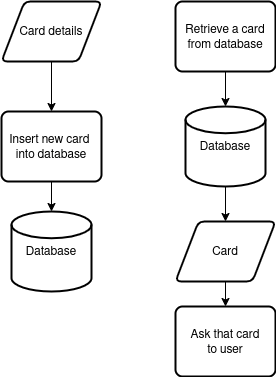
The draw.io diagram 4th-sem/project-1/proposal/diagrams/system-flow-chart.png in dinesh-58/college-files, before a commit. Source tidied: cells renumbered, new cells last; positions are measured from the earlier drawing's top-left corner, leaving out a move shared by most shapes. The source it was exported from:
```xml
<mxGraphModel>
  <root>
    <mxCell id="0" />
    <mxCell id="1" parent="0" />
    <mxCell id="2" style="edgeStyle=orthogonalEdgeStyle;rounded=0;jettySize=auto;html=1;entryX=0.5;entryY=0;entryDx=0;entryDy=0;" parent="1" edge="1" source="3" target="7">
      <mxGeometry relative="1" as="geometry" />
    </mxCell>
    <mxCell id="3" value="Card details" style="shape=parallelogram;html=1;strokeWidth=2;perimeter=parallelogramPerimeter;whiteSpace=wrap;rounded=1;arcSize=12;size=0.23;" parent="1" vertex="1">
      <mxGeometry width="100" height="60" as="geometry" />
    </mxCell>
    <mxCell id="4" style="edgeStyle=orthogonalEdgeStyle;rounded=0;jettySize=auto;html=1;" parent="1" edge="1" source="5" target="13">
      <mxGeometry relative="1" as="geometry" />
    </mxCell>
    <mxCell id="5" value="Card" style="shape=parallelogram;html=1;strokeWidth=2;perimeter=parallelogramPerimeter;whiteSpace=wrap;rounded=1;arcSize=12;size=0.23;" parent="1" vertex="1">
      <mxGeometry x="174" y="220" width="100" height="60" as="geometry" />
    </mxCell>
    <mxCell id="6" style="edgeStyle=orthogonalEdgeStyle;rounded=0;jettySize=auto;html=1;" parent="1" edge="1" source="7" target="8">
      <mxGeometry relative="1" as="geometry" />
    </mxCell>
    <mxCell id="7" value="Insert new card&amp;nbsp;&lt;br&gt;into database" style="rounded=1;whiteSpace=wrap;html=1;absoluteArcSize=1;arcSize=14;strokeWidth=2;" parent="1" vertex="1">
      <mxGeometry y="110" width="100" height="70" as="geometry" />
    </mxCell>
    <mxCell id="8" value="Database" style="strokeWidth=2;html=1;shape=mxgraph.flowchart.database;whiteSpace=wrap;" parent="1" vertex="1">
      <mxGeometry x="10" y="210" width="80" height="80" as="geometry" />
    </mxCell>
    <mxCell id="9" style="edgeStyle=orthogonalEdgeStyle;rounded=0;jettySize=auto;html=1;entryX=0.5;entryY=0;entryDx=0;entryDy=0;entryPerimeter=0;" parent="1" edge="1" source="10" target="12">
      <mxGeometry relative="1" as="geometry" />
    </mxCell>
    <mxCell id="10" value="Retrieve a card&lt;br&gt;from database" style="rounded=1;whiteSpace=wrap;html=1;absoluteArcSize=1;arcSize=14;strokeWidth=2;" parent="1" vertex="1">
      <mxGeometry x="174" width="100" height="70" as="geometry" />
    </mxCell>
    <mxCell id="11" style="edgeStyle=orthogonalEdgeStyle;rounded=0;jettySize=auto;html=1;" parent="1" edge="1" source="12" target="5">
      <mxGeometry relative="1" as="geometry" />
    </mxCell>
    <mxCell id="12" value="Database" style="strokeWidth=2;html=1;shape=mxgraph.flowchart.database;whiteSpace=wrap;" parent="1" vertex="1">
      <mxGeometry x="184" y="105" width="80" height="80" as="geometry" />
    </mxCell>
    <mxCell id="13" value="Ask that card&lt;br&gt;to user" style="rounded=1;whiteSpace=wrap;html=1;absoluteArcSize=1;arcSize=14;strokeWidth=2;" parent="1" vertex="1">
      <mxGeometry x="174" y="305" width="100" height="70" as="geometry" />
    </mxCell>
  </root>
</mxGraphModel>
```
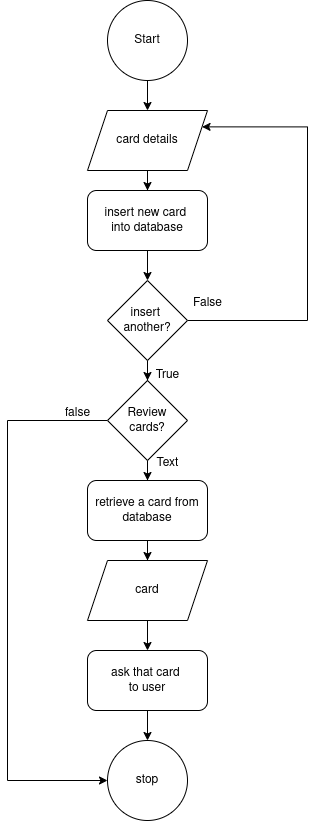
Later version of the same file.

What changed in the source:
```diff
@@ -1,42 +1,85 @@
 <mxGraphModel>
   <root>
-    <mxCell id="0" />
-    <mxCell id="1" parent="0" />
-    <mxCell id="2" style="edgeStyle=orthogonalEdgeStyle;rounded=0;jettySize=auto;html=1;entryX=0.5;entryY=0;entryDx=0;entryDy=0;" parent="1" edge="1" source="3" target="7">
-      <mxGeometry relative="1" as="geometry" />
-    </mxCell>
-    <mxCell id="3" value="Card details" style="shape=parallelogram;html=1;strokeWidth=2;perimeter=parallelogramPerimeter;whiteSpace=wrap;rounded=1;arcSize=12;size=0.23;" parent="1" vertex="1">
-      <mxGeometry width="100" height="60" as="geometry" />
-    </mxCell>
-    <mxCell id="4" style="edgeStyle=orthogonalEdgeStyle;rounded=0;jettySize=auto;html=1;" parent="1" edge="1" source="5" target="13">
-      <mxGeometry relative="1" as="geometry" />
-    </mxCell>
-    <mxCell id="5" value="Card" style="shape=parallelogram;html=1;strokeWidth=2;perimeter=parallelogramPerimeter;whiteSpace=wrap;rounded=1;arcSize=12;size=0.23;" parent="1" vertex="1">
-      <mxGeometry x="174" y="220" width="100" height="60" as="geometry" />
-    </mxCell>
-    <mxCell id="6" style="edgeStyle=orthogonalEdgeStyle;rounded=0;jettySize=auto;html=1;" parent="1" edge="1" source="7" target="8">
-      <mxGeometry relative="1" as="geometry" />
-    </mxCell>
-    <mxCell id="7" value="Insert new card&amp;nbsp;&lt;br&gt;into database" style="rounded=1;whiteSpace=wrap;html=1;absoluteArcSize=1;arcSize=14;strokeWidth=2;" parent="1" vertex="1">
-      <mxGeometry y="110" width="100" height="70" as="geometry" />
-    </mxCell>
-    <mxCell id="8" value="Database" style="strokeWidth=2;html=1;shape=mxgraph.flowchart.database;whiteSpace=wrap;" parent="1" vertex="1">
-      <mxGeometry x="10" y="210" width="80" height="80" as="geometry" />
-    </mxCell>
-    <mxCell id="9" style="edgeStyle=orthogonalEdgeStyle;rounded=0;jettySize=auto;html=1;entryX=0.5;entryY=0;entryDx=0;entryDy=0;entryPerimeter=0;" parent="1" edge="1" source="10" target="12">
-      <mxGeometry relative="1" as="geometry" />
-    </mxCell>
-    <mxCell id="10" value="Retrieve a card&lt;br&gt;from database" style="rounded=1;whiteSpace=wrap;html=1;absoluteArcSize=1;arcSize=14;strokeWidth=2;" parent="1" vertex="1">
-      <mxGeometry x="174" width="100" height="70" as="geometry" />
-    </mxCell>
-    <mxCell id="11" style="edgeStyle=orthogonalEdgeStyle;rounded=0;jettySize=auto;html=1;" parent="1" edge="1" source="12" target="5">
-      <mxGeometry relative="1" as="geometry" />
-    </mxCell>
-    <mxCell id="12" value="Database" style="strokeWidth=2;html=1;shape=mxgraph.flowchart.database;whiteSpace=wrap;" parent="1" vertex="1">
-      <mxGeometry x="184" y="105" width="80" height="80" as="geometry" />
-    </mxCell>
-    <mxCell id="13" value="Ask that card&lt;br&gt;to user" style="rounded=1;whiteSpace=wrap;html=1;absoluteArcSize=1;arcSize=14;strokeWidth=2;" parent="1" vertex="1">
-      <mxGeometry x="174" y="305" width="100" height="70" as="geometry" />
-    </mxCell>
+    <mxCell id="14" />
+    <mxCell id="15" parent="14" />
+    <mxCell id="16" style="edgeStyle=orthogonalEdgeStyle;rounded=0;jettySize=auto;html=1;" parent="15" edge="1" source="17" target="22">
+      <mxGeometry relative="1" as="geometry" />
+    </mxCell>
+    <mxCell id="17" value="Start" style="ellipse;whiteSpace=wrap;html=1;" parent="15" vertex="1">
+      <mxGeometry x="100" y="160" width="80" height="80" as="geometry" />
+    </mxCell>
+    <mxCell id="18" value="stop" style="ellipse;whiteSpace=wrap;html=1;" parent="15" vertex="1">
+      <mxGeometry x="100" y="900" width="80" height="80" as="geometry" />
+    </mxCell>
+    <mxCell id="19" style="edgeStyle=orthogonalEdgeStyle;rounded=0;jettySize=auto;html=1;" parent="15" edge="1" source="20" target="34">
+      <mxGeometry relative="1" as="geometry" />
+    </mxCell>
+    <mxCell id="20" value="insert new card&amp;nbsp;&lt;br&gt;into database" style="rounded=1;whiteSpace=wrap;html=1;" parent="15" vertex="1">
+      <mxGeometry x="80" y="350" width="120" height="60" as="geometry" />
+    </mxCell>
+    <mxCell id="21" style="edgeStyle=orthogonalEdgeStyle;rounded=0;jettySize=auto;html=1;" parent="15" edge="1" source="22" target="20">
+      <mxGeometry relative="1" as="geometry" />
+    </mxCell>
+    <mxCell id="22" value="card details" style="shape=parallelogram;perimeter=parallelogramPerimeter;whiteSpace=wrap;html=1;fixedSize=1;" parent="15" vertex="1">
+      <mxGeometry x="80" y="270" width="120" height="60" as="geometry" />
+    </mxCell>
+    <mxCell id="23" style="edgeStyle=orthogonalEdgeStyle;rounded=0;jettySize=auto;html=1;entryX=0.5;entryY=0;entryDx=0;entryDy=0;" parent="15" edge="1" source="25" target="27">
+      <mxGeometry relative="1" as="geometry" />
+    </mxCell>
+    <mxCell id="24" style="edgeStyle=orthogonalEdgeStyle;rounded=0;jettySize=auto;html=1;entryX=0;entryY=0.5;entryDx=0;entryDy=0;" parent="15" edge="1" source="25" target="18">
+      <mxGeometry relative="1" as="geometry">
+        <Array as="points">
+          <mxPoint y="580" />
+          <mxPoint y="940" />
+        </Array>
+      </mxGeometry>
+    </mxCell>
+    <mxCell id="25" value="Review &lt;br&gt;cards?" style="rhombus;whiteSpace=wrap;html=1;" parent="15" vertex="1">
+      <mxGeometry x="100" y="540" width="80" height="80" as="geometry" />
+    </mxCell>
+    <mxCell id="26" style="edgeStyle=orthogonalEdgeStyle;rounded=0;jettySize=auto;html=1;" parent="15" edge="1" source="27" target="29">
+      <mxGeometry relative="1" as="geometry" />
+    </mxCell>
+    <mxCell id="27" value="retrieve a card from database" style="rounded=1;whiteSpace=wrap;html=1;" parent="15" vertex="1">
+      <mxGeometry x="80" y="640" width="120" height="60" as="geometry" />
+    </mxCell>
+    <mxCell id="28" style="edgeStyle=orthogonalEdgeStyle;rounded=0;jettySize=auto;html=1;" parent="15" edge="1" source="29" target="31">
+      <mxGeometry relative="1" as="geometry" />
+    </mxCell>
+    <mxCell id="29" value="card" style="shape=parallelogram;perimeter=parallelogramPerimeter;whiteSpace=wrap;html=1;fixedSize=1;" parent="15" vertex="1">
+      <mxGeometry x="80" y="720" width="120" height="60" as="geometry" />
+    </mxCell>
+    <mxCell id="30" style="edgeStyle=orthogonalEdgeStyle;rounded=0;jettySize=auto;html=1;" parent="15" edge="1" source="31" target="18">
+      <mxGeometry relative="1" as="geometry" />
+    </mxCell>
+    <mxCell id="31" value="ask that card&amp;nbsp;&lt;br&gt;to user" style="rounded=1;whiteSpace=wrap;html=1;" parent="15" vertex="1">
+      <mxGeometry x="80" y="810" width="120" height="60" as="geometry" />
+    </mxCell>
+    <mxCell id="32" style="edgeStyle=orthogonalEdgeStyle;rounded=0;jettySize=auto;html=1;" parent="15" edge="1" source="34" target="25">
+      <mxGeometry relative="1" as="geometry" />
+    </mxCell>
+    <mxCell id="33" style="edgeStyle=orthogonalEdgeStyle;rounded=0;jettySize=auto;html=1;entryX=1;entryY=0.25;entryDx=0;entryDy=0;" parent="15" edge="1" source="34" target="22">
+      <mxGeometry relative="1" as="geometry">
+        <Array as="points">
+          <mxPoint x="300" y="480" />
+          <mxPoint x="300" y="286" />
+        </Array>
+      </mxGeometry>
+    </mxCell>
+    <mxCell id="34" value="insert&amp;nbsp;&lt;br&gt;another?" style="rhombus;whiteSpace=wrap;html=1;" parent="15" vertex="1">
+      <mxGeometry x="100" y="440" width="80" height="80" as="geometry" />
+    </mxCell>
+    <mxCell id="35" value="False" style="text;html=1;align=center;verticalAlign=middle;strokeColor=none;fillColor=none;" parent="15" vertex="1">
+      <mxGeometry x="175" y="448" width="50" height="30" as="geometry" />
+    </mxCell>
+    <mxCell id="36" value="True" style="text;html=1;align=center;verticalAlign=middle;strokeColor=none;fillColor=none;" parent="15" vertex="1">
+      <mxGeometry x="135" y="520" width="50" height="30" as="geometry" />
+    </mxCell>
+    <mxCell id="37" value="false&lt;br&gt;" style="text;html=1;align=center;verticalAlign=middle;strokeColor=none;fillColor=none;" parent="15" vertex="1">
+      <mxGeometry x="45" y="558" width="50" height="30" as="geometry" />
+    </mxCell>
+    <mxCell id="38" value="Text" style="text;html=1;align=center;verticalAlign=middle;strokeColor=none;fillColor=none;" parent="15" vertex="1">
+      <mxGeometry x="135" y="608" width="50" height="30" as="geometry" />
+    </mxCell>
   </root>
 </mxGraphModel>
```
